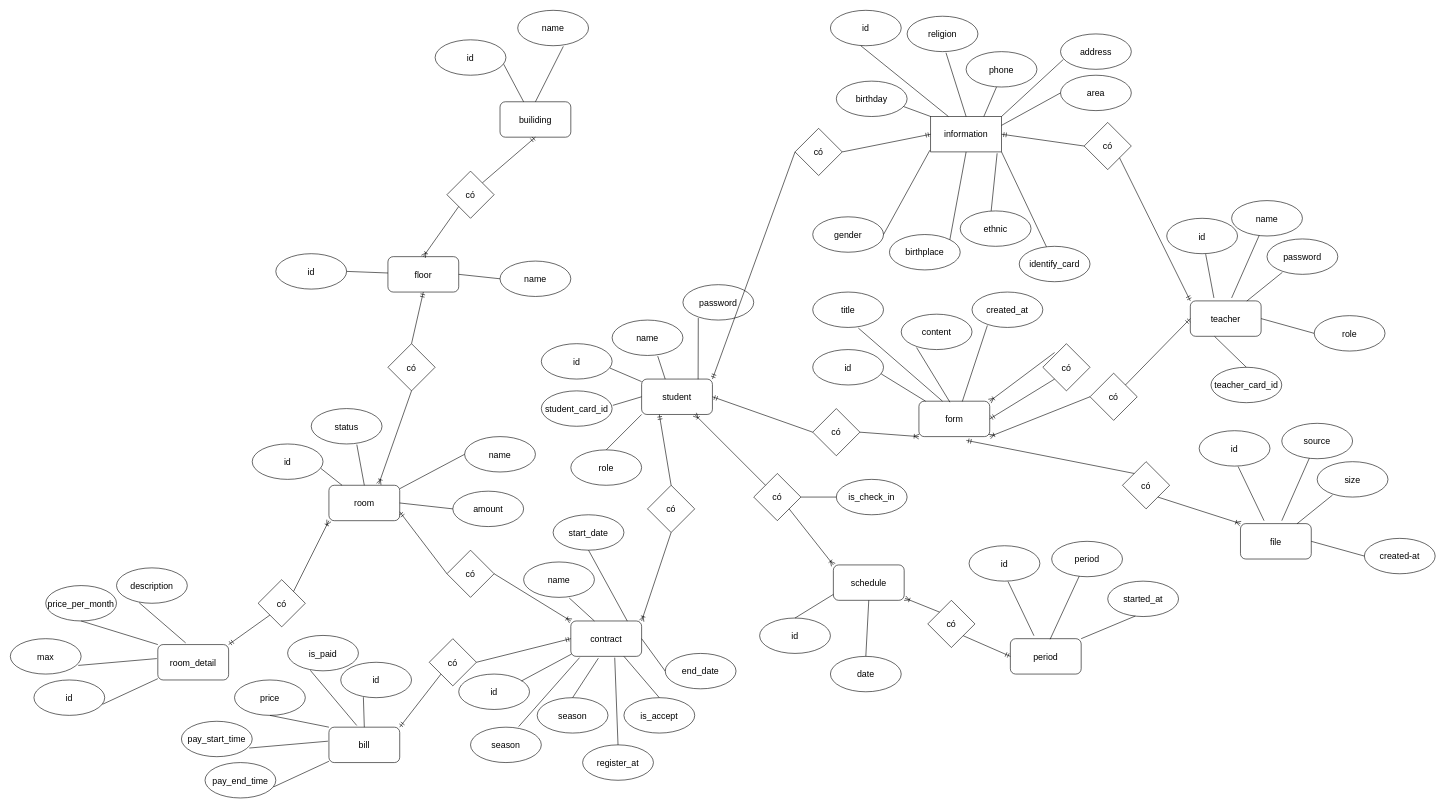
maoleng/bao-cao-sql keeps this draw.io diagram as Document/mo_hinh_thuc_the_ket_hop.drawio. Above is the earlier version. Source tidied: cells renumbered, new cells numbered last; positions are measured from the earlier drawing's top-left corner, leaving out a move shared by most shapes. Both pictures are drawn from the tidied source at 59%, with x=0, y=0 at pixel (10, 10).
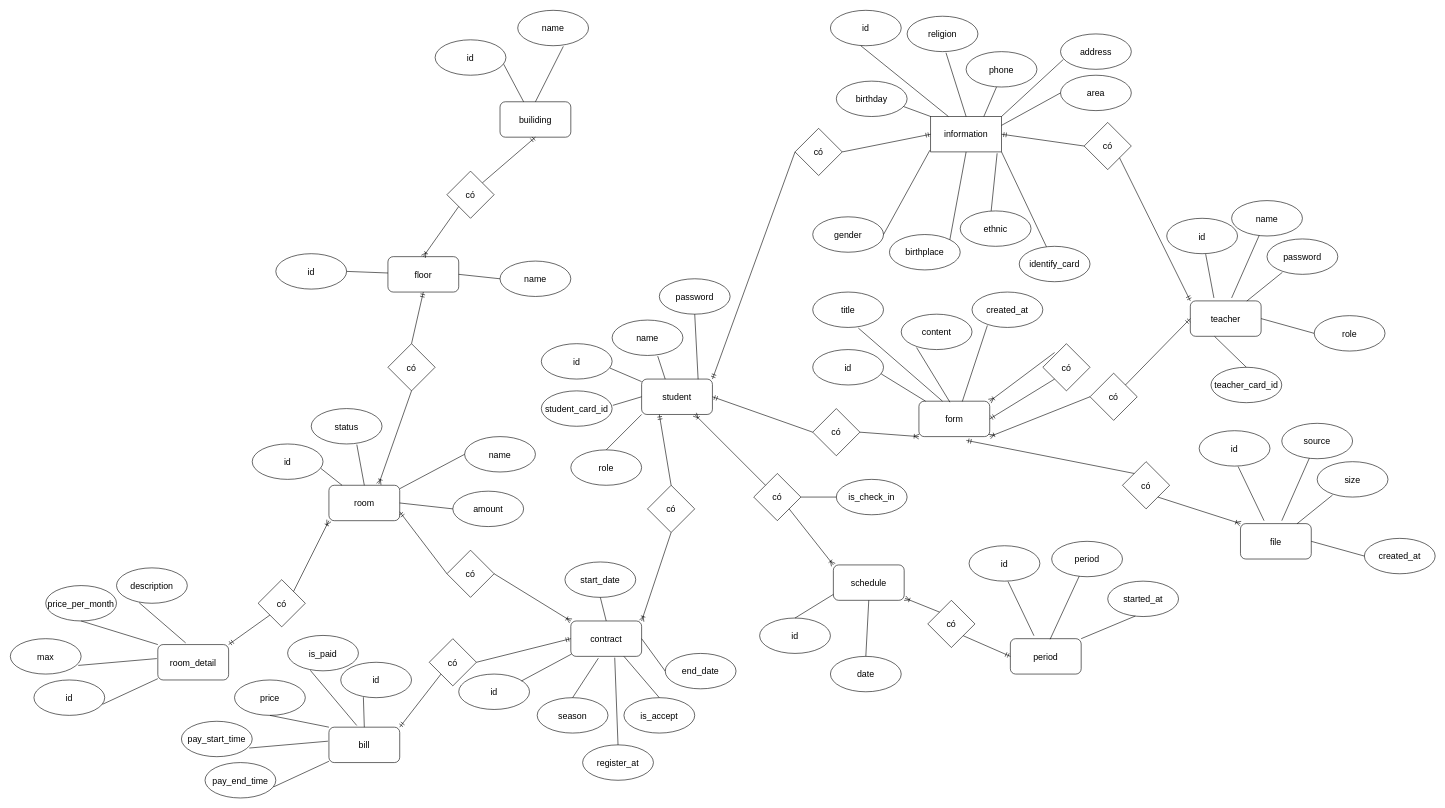
Above is the later version.

Commit message (it also covers changes not shown here):
Cập nhật mo_hinh_thuc_the_ket_hop.drawio

The change refers to these unchanged cells:
```xml
<mxCell id="2" value="student" style="rounded=1;whiteSpace=wrap;html=1;fontSize=15;" parent="1" vertex="1">
  <mxGeometry x="1070" y="625" width="120" height="60" as="geometry" />
</mxCell>
<mxCell id="49" value="contract" style="rounded=1;whiteSpace=wrap;html=1;fontSize=15;" parent="1" vertex="1">
  <mxGeometry x="950" y="1035" width="120" height="60" as="geometry" />
</mxCell>
```

The edit, as a diff of the source:
```diff
@@
     <mxCell id="6" value="password" style="ellipse;whiteSpace=wrap;html=1;fontSize=15;" parent="1" vertex="1">
-      <mxGeometry x="1140" y="465" width="120" height="60" as="geometry" />
+      <mxGeometry x="1100" y="455" width="120" height="60" as="geometry" />
     </mxCell>
@@
-    <mxCell id="28" style="endArrow=none;html=1;rounded=0;fontSize=15;exitX=0.798;exitY=0.004;exitDx=0;exitDy=0;exitPerimeter=0;entryX=0.217;entryY=0.943;entryDx=0;entryDy=0;entryPerimeter=0;" parent="1" edge="1" source="2" target="6">
+    <mxCell id="28" style="endArrow=none;html=1;rounded=0;fontSize=15;exitX=0.798;exitY=0.004;exitDx=0;exitDy=0;exitPerimeter=0;entryX=0.5;entryY=1;entryDx=0;entryDy=0;" parent="1" edge="1" source="2" target="6">
       <mxGeometry relative="1" as="geometry" />
     </mxCell>
@@
-    <mxCell id="51" value="name" style="ellipse;whiteSpace=wrap;html=1;fontSize=15;" parent="1" vertex="1">
-      <mxGeometry x="870" y="935" width="120" height="60" as="geometry" />
-    </mxCell>
-    <mxCell id="52" value="season" style="ellipse;whiteSpace=wrap;html=1;fontSize=15;" parent="1" vertex="1">
-      <mxGeometry x="780" y="1215" width="120" height="60" as="geometry" />
-    </mxCell>
     <mxCell id="53" value="start_date" style="ellipse;whiteSpace=wrap;html=1;fontSize=15;" parent="1" vertex="1">
-      <mxGeometry x="920" y="855" width="120" height="60" as="geometry" />
+      <mxGeometry x="940" y="935" width="120" height="60" as="geometry" />
     </mxCell>
@@
-    <mxCell id="56" style="endArrow=none;html=1;rounded=0;fontSize=15;exitX=0.798;exitY=0.004;exitDx=0;exitDy=0;exitPerimeter=0;entryX=0.5;entryY=1;entryDx=0;entryDy=0;" parent="1" edge="1" source="49" target="53">
+    <mxCell id="56" style="endArrow=none;html=1;rounded=0;fontSize=15;exitX=0.5;exitY=0;exitDx=0;exitDy=0;entryX=0.5;entryY=1;entryDx=0;entryDy=0;" parent="1" edge="1" source="49" target="53">
       <mxGeometry relative="1" as="geometry" />
     </mxCell>
-    <mxCell id="57" style="endArrow=none;html=1;rounded=0;fontSize=15;exitX=0.333;exitY=0;exitDx=0;exitDy=0;exitPerimeter=0;entryX=0.644;entryY=1.018;entryDx=0;entryDy=0;entryPerimeter=0;" parent="1" edge="1" source="49" target="51">
-      <mxGeometry relative="1" as="geometry" />
-    </mxCell>
@@
-    <mxCell id="59" style="endArrow=none;html=1;rounded=0;fontSize=15;exitX=0.123;exitY=1.037;exitDx=0;exitDy=0;entryX=0.68;entryY=-0.017;entryDx=0;entryDy=0;entryPerimeter=0;exitPerimeter=0;" parent="1" edge="1" source="49" target="52">
-      <mxGeometry relative="1" as="geometry" />
-    </mxCell>
@@
-    <mxCell id="147" value="created-at" style="ellipse;whiteSpace=wrap;html=1;fontSize=15;" parent="1" vertex="1">
+    <mxCell id="147" value="created_at" style="ellipse;whiteSpace=wrap;html=1;fontSize=15;" parent="1" vertex="1">
       <mxGeometry x="2295" y="895" width="120" height="60" as="geometry" />
     </mxCell>
```
